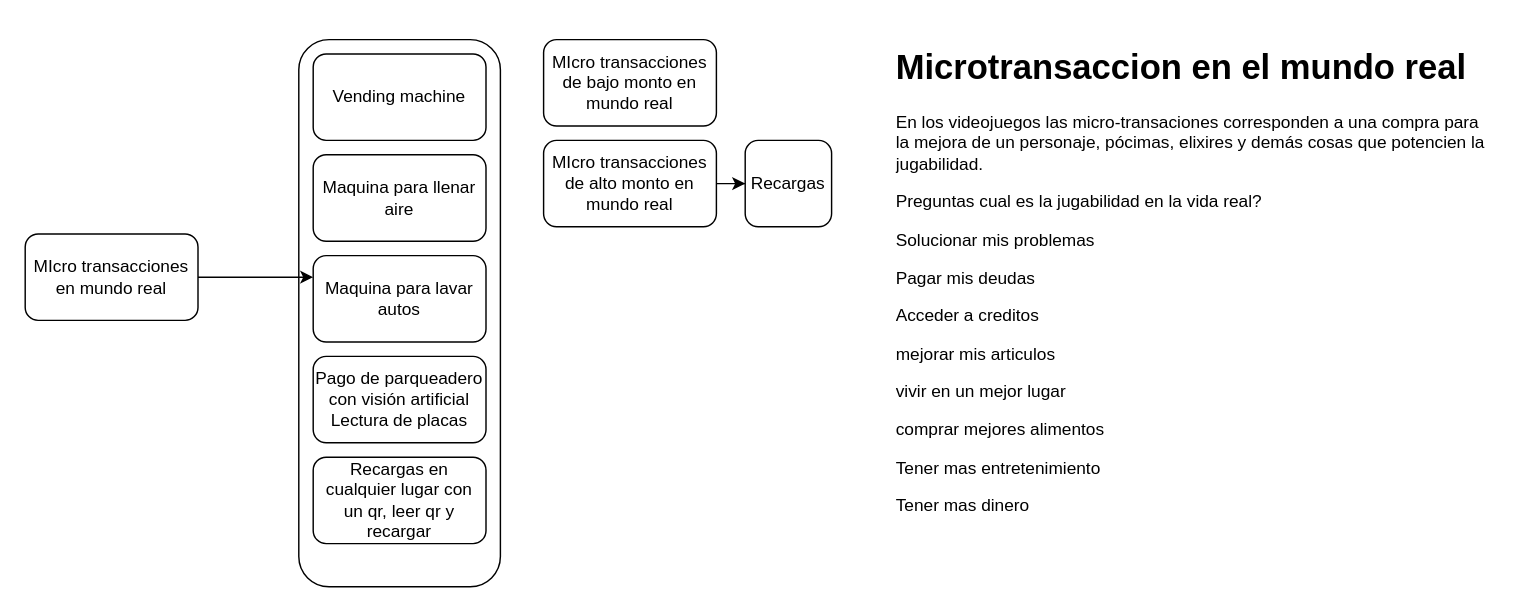
Above: page "Propuestas de negocio desde el area" (2 of 4) of Arquitectura de nuevas capacidades.drawio in santiagovb/Diagramas (draw.io), before the change. Source tidied: cells renumbered, new cells numbered last; positions are measured from the earlier drawing's top-left corner, leaving out a move shared by most shapes. Both pictures are drawn from the tidied source at 144%, with x=0, y=0 at pixel (24, 39).
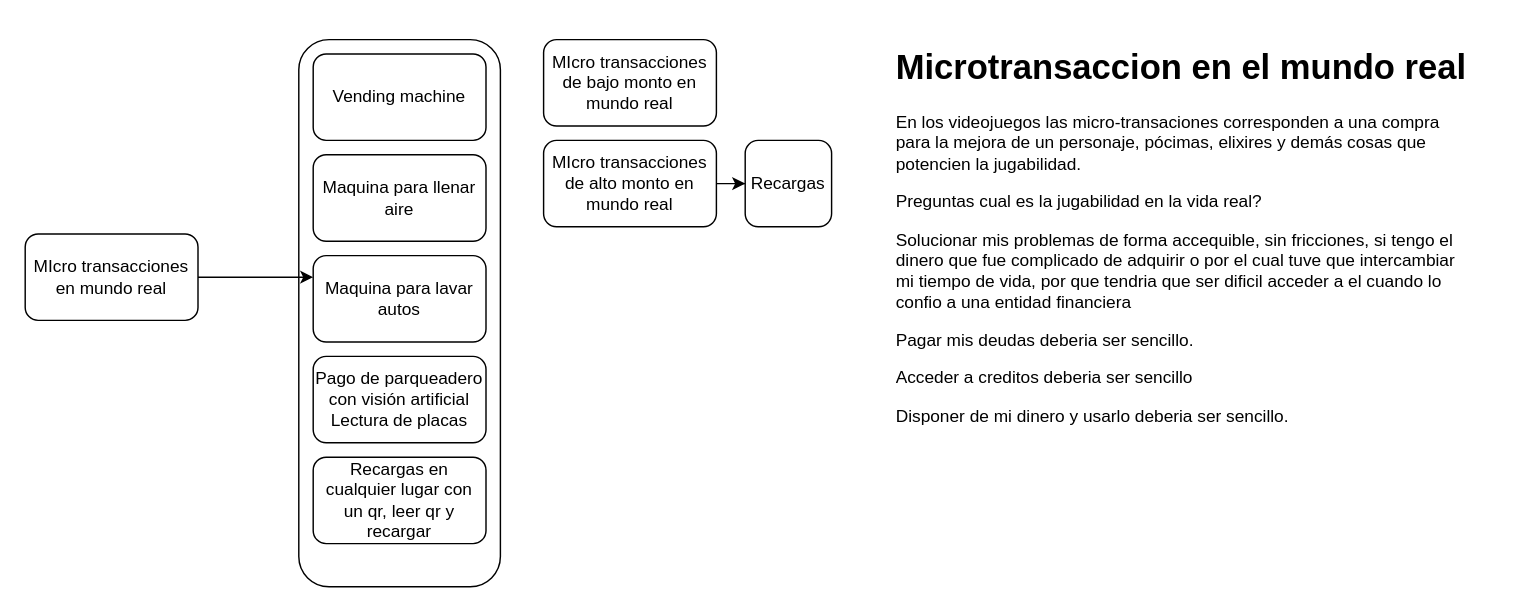
The same page after the edit.

Change to the diagram source:
```diff
@@
 <mxGraphModel>
   <root>
     <mxCell id="0" />
     <mxCell id="1" parent="0" />
     <mxCell id="2" style="rounded=1;whiteSpace=wrap;html=1;" parent="1" vertex="1">
       <mxGeometry x="190" width="140" height="380" as="geometry" />
     </mxCell>
     <mxCell id="3" style="edgeStyle=orthogonalEdgeStyle;rounded=0;jettySize=auto;html=1;entryX=0;entryY=0.25;entryDx=0;entryDy=0;" parent="1" edge="1" source="4" target="8">
       <mxGeometry relative="1" as="geometry" />
     </mxCell>
     <mxCell id="4" value="MIcro transacciones en mundo real" style="rounded=1;whiteSpace=wrap;html=1;" parent="1" vertex="1">
       <mxGeometry y="135" width="120" height="60" as="geometry" />
     </mxCell>
     <mxCell id="5" value="Vending machine" style="rounded=1;whiteSpace=wrap;html=1;" parent="1" vertex="1">
       <mxGeometry x="200" y="10" width="120" height="60" as="geometry" />
     </mxCell>
     <mxCell id="6" value="Maquina para llenar aire" style="rounded=1;whiteSpace=wrap;html=1;" parent="1" vertex="1">
       <mxGeometry x="200" y="80" width="120" height="60" as="geometry" />
     </mxCell>
     <mxCell id="7" value="Pago de parqueadero con visión artificial&lt;br&gt;Lectura de placas" style="rounded=1;whiteSpace=wrap;html=1;" parent="1" vertex="1">
       <mxGeometry x="200" y="220" width="120" height="60" as="geometry" />
     </mxCell>
     <mxCell id="8" value="Maquina para lavar autos" style="rounded=1;whiteSpace=wrap;html=1;" parent="1" vertex="1">
       <mxGeometry x="200" y="150" width="120" height="60" as="geometry" />
     </mxCell>
-    <mxCell id="9" value="&lt;h1&gt;Microtransaccion en el mundo real&lt;/h1&gt;&lt;p&gt;En los videojuegos las micro-transaciones corresponden a una compra para la mejora de un personaje, pócimas, elixires y demás cosas que potencien la jugabilidad.&lt;/p&gt;&lt;p&gt;Preguntas cual es la jugabilidad en la vida real?&lt;/p&gt;&lt;p&gt;Solucionar mis problemas&lt;/p&gt;&lt;p&gt;Pagar mis deudas&lt;/p&gt;&lt;p&gt;Acceder a creditos&lt;/p&gt;&lt;p&gt;mejorar mis articulos&lt;/p&gt;&lt;p&gt;vivir en un mejor lugar&amp;nbsp;&lt;/p&gt;&lt;p&gt;comprar mejores alimentos&lt;/p&gt;&lt;p&gt;Tener mas entretenimiento&lt;/p&gt;&lt;p&gt;Tener mas dinero&lt;/p&gt;" style="text;html=1;strokeColor=none;fillColor=none;spacing=5;spacingTop=-20;whiteSpace=wrap;overflow=hidden;rounded=0;" parent="1" vertex="1">
-      <mxGeometry x="600" width="420" height="340" as="geometry" />
+    <mxCell id="9" value="&lt;h1&gt;Microtransaccion en el mundo real&lt;/h1&gt;&lt;p&gt;En los videojuegos las micro-transaciones corresponden a una compra para la mejora de un personaje, pócimas, elixires y demás cosas que potencien la jugabilidad.&lt;/p&gt;&lt;p&gt;Preguntas cual es la jugabilidad en la vida real?&lt;/p&gt;&lt;p&gt;Solucionar mis problemas de forma accequible, sin fricciones, si tengo el dinero que fue complicado de adquirir o por el cual tuve que intercambiar mi tiempo de vida, por que tendria que ser dificil acceder a el cuando lo confio a una entidad financiera&lt;/p&gt;&lt;p&gt;Pagar mis deudas deberia ser sencillo.&lt;/p&gt;&lt;p&gt;Acceder a creditos deberia ser sencillo&lt;/p&gt;&lt;p&gt;Disponer de mi dinero y usarlo deberia ser sencillo.&lt;/p&gt;" style="text;html=1;strokeColor=none;fillColor=none;spacing=5;spacingTop=-20;whiteSpace=wrap;overflow=hidden;rounded=0;" parent="1" vertex="1">
+      <mxGeometry x="600" width="410" height="290" as="geometry" />
     </mxCell>
     <mxCell id="10" value="MIcro transacciones de bajo monto en mundo real" style="rounded=1;whiteSpace=wrap;html=1;" parent="1" vertex="1">
       <mxGeometry x="360" width="120" height="60" as="geometry" />
     </mxCell>
     <mxCell id="11" style="edgeStyle=orthogonalEdgeStyle;rounded=0;jettySize=auto;html=1;" parent="1" edge="1" source="12" target="13">
       <mxGeometry relative="1" as="geometry" />
     </mxCell>
     <mxCell id="12" value="MIcro transacciones de alto monto en mundo real" style="rounded=1;whiteSpace=wrap;html=1;" parent="1" vertex="1">
       <mxGeometry x="360" y="70" width="120" height="60" as="geometry" />
     </mxCell>
     <mxCell id="13" value="Recargas" style="rounded=1;whiteSpace=wrap;html=1;" parent="1" vertex="1">
       <mxGeometry x="500" y="70" width="60" height="60" as="geometry" />
     </mxCell>
     <mxCell id="14" value="Recargas en cualquier lugar con un qr, leer qr y recargar" style="rounded=1;whiteSpace=wrap;html=1;" parent="1" vertex="1">
       <mxGeometry x="200" y="290" width="120" height="60" as="geometry" />
     </mxCell>
   </root>
 </mxGraphModel>
```
